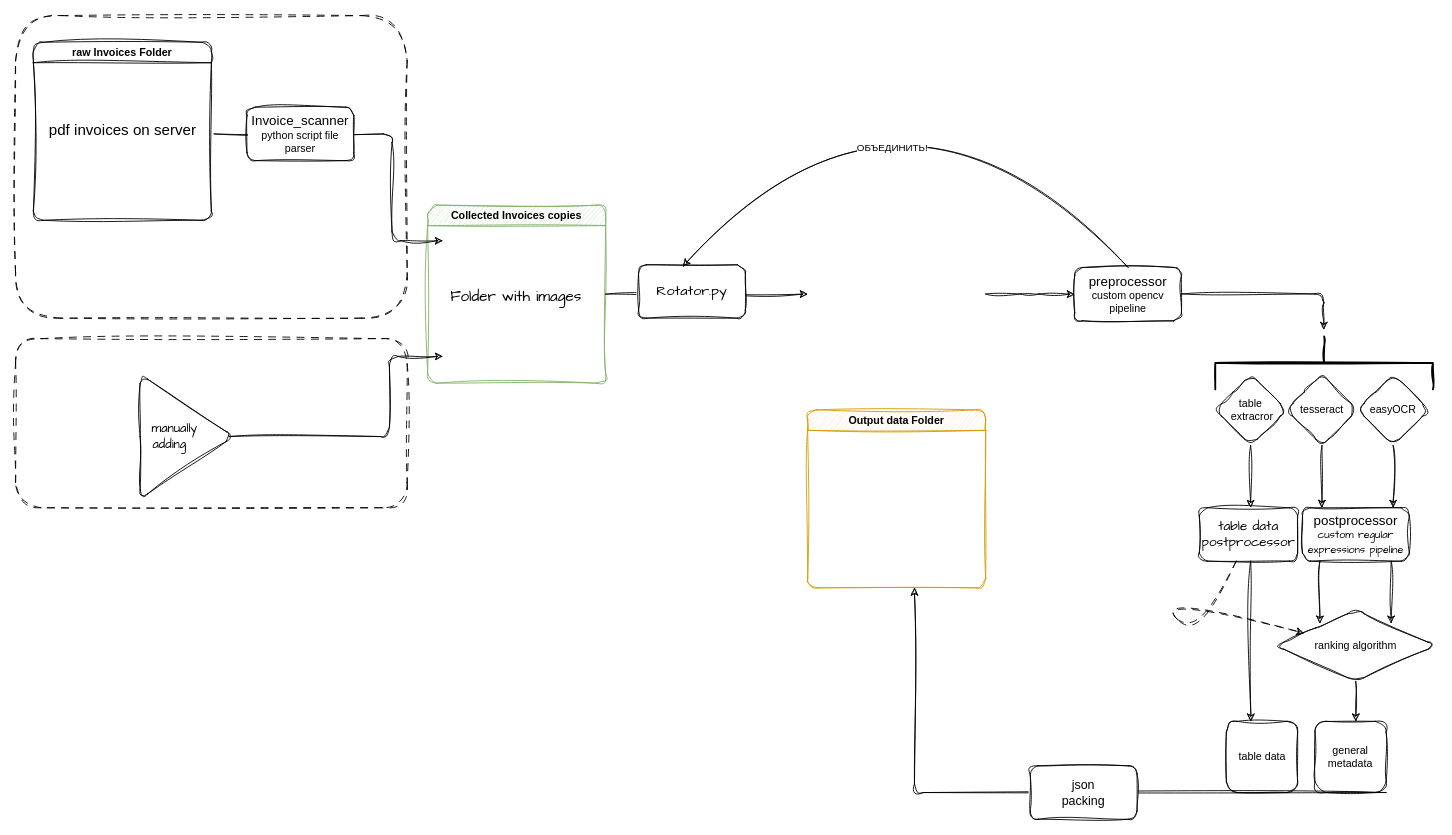
maxfil333/shared keeps this draw.io diagram as SCHEMAS/invoice.drawio. Above is the earlier version. Source tidied: cells renumbered, new cells numbered last; positions are measured from the earlier drawing's top-left corner, leaving out a move shared by most shapes. Both pictures are drawn from the tidied source at 89%, with x=0, y=0 at pixel (15, 15).
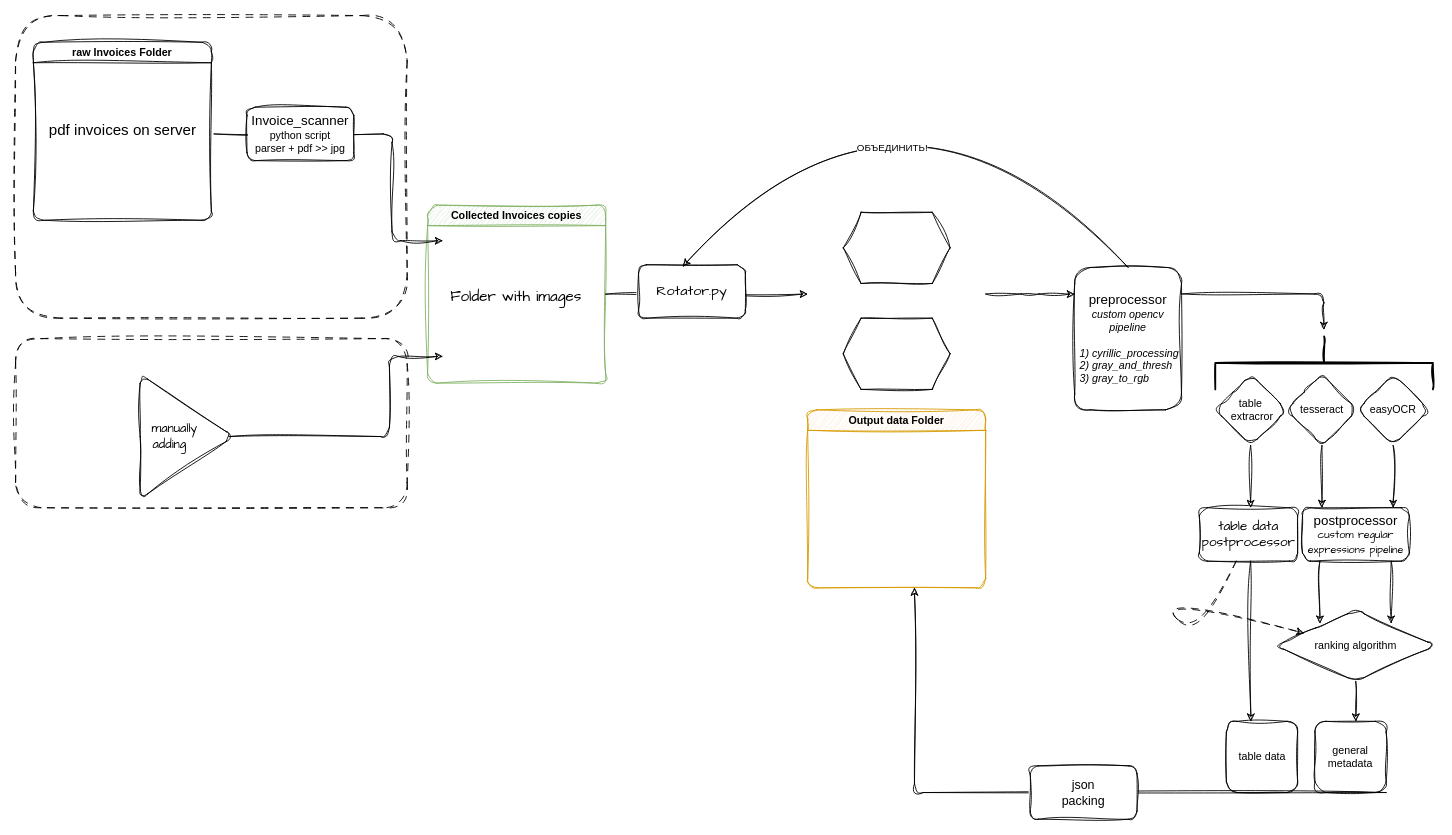
Above is the later version.

The edit, as a diff of the source:
```diff
@@
-    <mxCell id="7" value="&lt;font style=&quot;font-size: 15px;&quot;&gt;preprocessor&lt;/font&gt;&lt;div&gt;custom opencv pipeline&lt;/div&gt;" style="rounded=1;whiteSpace=wrap;html=1;sketch=1;curveFitting=1;jiggle=2;" parent="1" vertex="1">
-      <mxGeometry x="1190" y="283" width="120" height="60" as="geometry" />
+    <mxCell id="7" value="&lt;font style=&quot;font-size: 15px;&quot;&gt;preprocessor&lt;/font&gt;&lt;div&gt;&lt;i&gt;custom opencv pipeline&lt;/i&gt;&lt;/div&gt;&lt;div&gt;&lt;i&gt;&lt;br&gt;&lt;/i&gt;&lt;/div&gt;&lt;div style=&quot;text-align: left; padding-bottom: 0px; padding-left: 5px;&quot;&gt;&lt;i&gt;1) cyrillic_processing&lt;/i&gt;&lt;/div&gt;&lt;div style=&quot;text-align: left; padding-left: 5px;&quot;&gt;&lt;i&gt;2) gray_and_thresh&lt;/i&gt;&lt;/div&gt;&lt;div style=&quot;text-align: left; padding-left: 5px;&quot;&gt;&lt;i&gt;3) gray_to_rgb&lt;/i&gt;&lt;/div&gt;" style="rounded=1;whiteSpace=wrap;html=1;sketch=1;curveFitting=1;jiggle=2;" parent="1" vertex="1">
+      <mxGeometry x="1190" y="283" width="120" height="160" as="geometry" />
     </mxCell>
@@
-    <mxCell id="18" value="&lt;font style=&quot;font-size: 15px;&quot;&gt;Invoice_scanner&lt;/font&gt;&lt;div style=&quot;&quot;&gt;&lt;font style=&quot;font-size: 12px;&quot;&gt;python script file parser&lt;/font&gt;&lt;/div&gt;" style="rounded=1;whiteSpace=wrap;html=1;sketch=1;curveFitting=1;jiggle=2;" parent="1" vertex="1">
+    <mxCell id="18" value="&lt;font style=&quot;font-size: 15px;&quot;&gt;Invoice_scanner&lt;/font&gt;&lt;div style=&quot;&quot;&gt;&lt;font style=&quot;font-size: 12px;&quot;&gt;python script&lt;/font&gt;&lt;/div&gt;&lt;div style=&quot;&quot;&gt;&lt;font style=&quot;font-size: 12px;&quot;&gt;parser + pdf &amp;gt;&amp;gt; jpg&lt;/font&gt;&lt;/div&gt;" style="rounded=1;whiteSpace=wrap;html=1;sketch=1;curveFitting=1;jiggle=2;" parent="1" vertex="1">
       <mxGeometry x="260" y="103" width="120" height="60" as="geometry" />
     </mxCell>
@@
+    <mxCell id="40" style="shape=hexagon;perimeter=hexagonPerimeter2;whiteSpace=wrap;html=1;fixedSize=1;sketch=1;hachureGap=4;jiggle=2;curveFitting=1;fontFamily=Architects Daughter;" parent="1" vertex="1">
+      <mxGeometry x="930" y="340" width="120" height="80" as="geometry" />
+    </mxCell>
+    <mxCell id="41" style="shape=hexagon;perimeter=hexagonPerimeter2;whiteSpace=wrap;html=1;fixedSize=1;sketch=1;hachureGap=4;jiggle=2;curveFitting=1;fontFamily=Architects Daughter;" parent="1" vertex="1">
+      <mxGeometry x="930" y="221" width="120" height="80" as="geometry" />
+    </mxCell>
```
